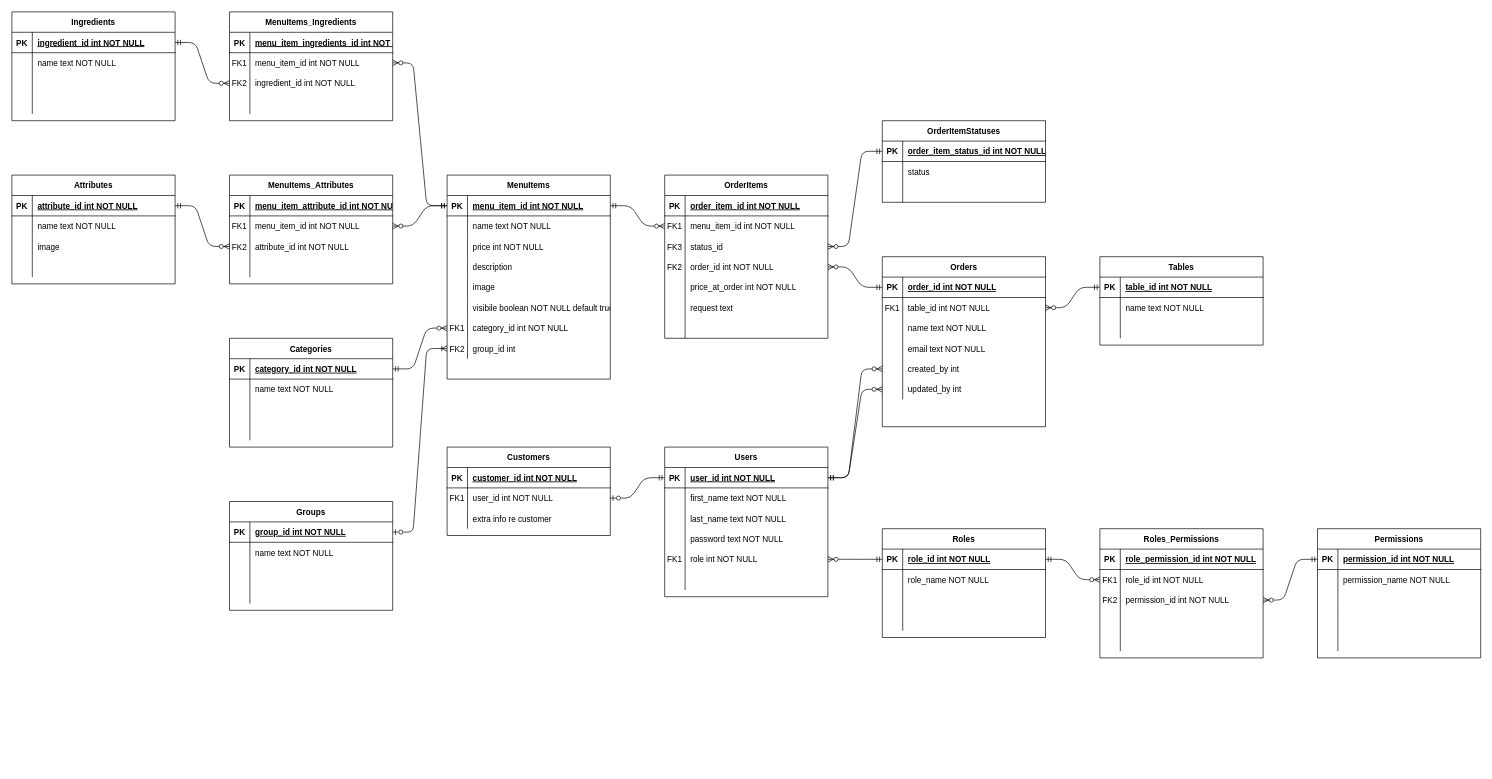
Before: entity_relationship_diagram/entity relationship diagram.drawio in korayleigh/t3a2-b-docs, a draw.io diagram. Source tidied: cells renumbered, new cells numbered last; positions are measured from the earlier drawing's top-left corner, leaving out a move shared by most shapes. Both pictures are drawn from the tidied source at 68%, with x=0, y=0 at pixel (12, 12).
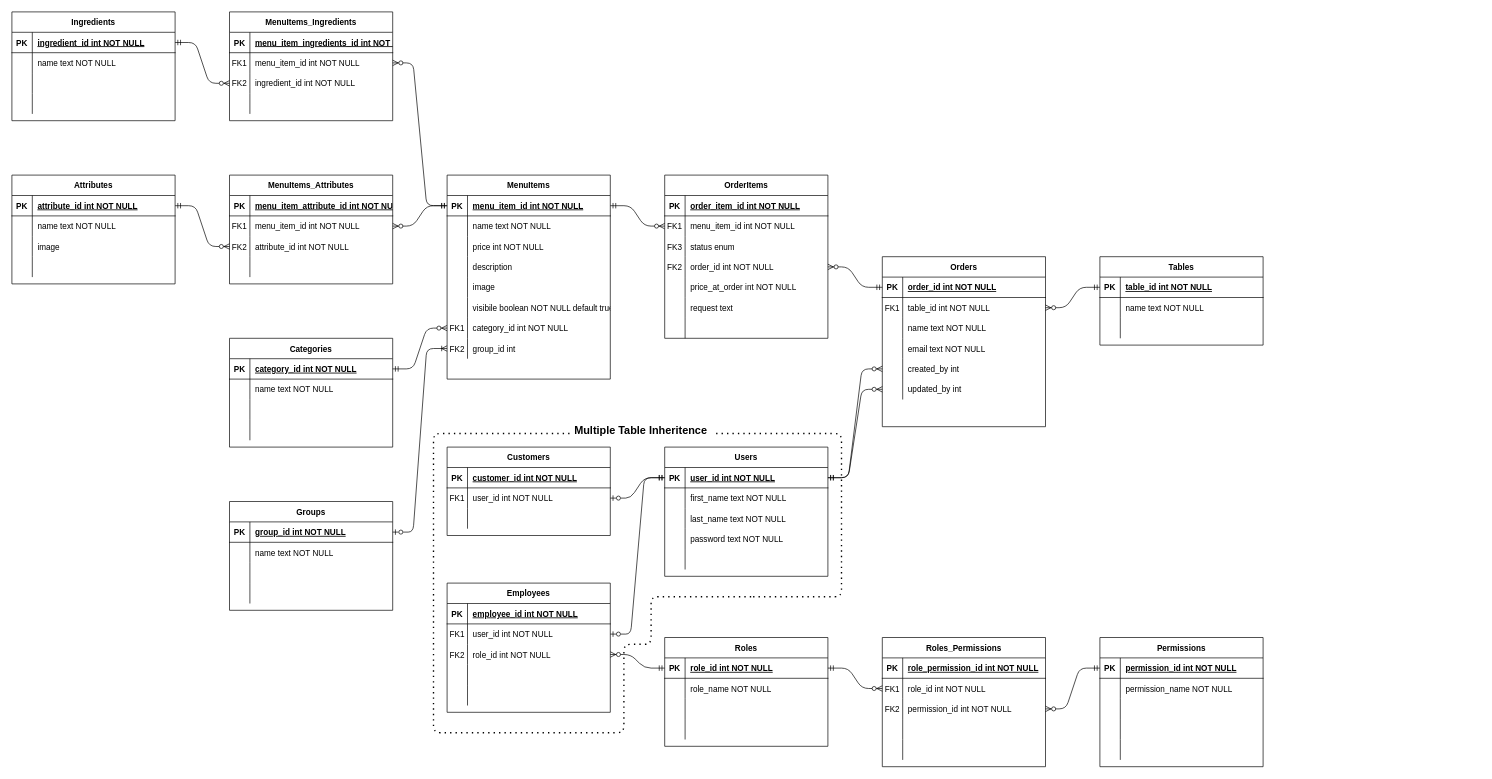
After the change.

Commit message:
add multiple table inheritence for Users

The change refers to these unchanged cells:
```xml
<mxCell id="47" style="shape=partialRectangle;fillColor=none;points=[[0,0.5],[1,0.5]];portConstraint=eastwest;top=0;left=0;right=0;bottom=1;" parent="46" vertex="1">
  <mxGeometry y="30" width="240" height="30" as="geometry" />
</mxCell>
<mxCell id="66" style="shape=partialRectangle;fillColor=none;points=[[0,0.5],[1,0.5]];portConstraint=eastwest;top=0;left=0;right=0;bottom=1;" parent="65" vertex="1">
  <mxGeometry y="30" width="240" height="30" as="geometry" />
</mxCell>
<mxCell id="86" style="shape=partialRectangle;fillColor=none;points=[[0,0.5],[1,0.5]];portConstraint=eastwest;top=0;left=0;right=0;bottom=0;" parent="79" vertex="1">
  <mxGeometry y="90" width="240" height="30" as="geometry" />
</mxCell>
<mxCell id="250" style="shape=partialRectangle;fillColor=none;top=0;left=0;right=0;bottom=0;" parent="243" vertex="1">
  <mxGeometry y="90" width="240" height="30" as="geometry" />
</mxCell>
```

Change to the diagram source:
```diff
@@
     <mxCell id="46" value="Users" style="shape=table;startSize=30;childLayout=tableLayout;rowLines=0;fontStyle=1;align=center;" parent="1" vertex="1">
-      <mxGeometry x="960" y="640" width="240" height="220" as="geometry" />
+      <mxGeometry x="960" y="640" width="240" height="190" as="geometry" />
     </mxCell>
@@
-    <mxCell id="59" style="shape=partialRectangle;fillColor=none;points=[[0,0.5],[1,0.5]];portConstraint=eastwest;top=0;left=0;right=0;bottom=0;" parent="46" vertex="1">
-      <mxGeometry y="150" width="240" height="30" as="geometry" />
-    </mxCell>
-    <mxCell id="60" value="FK1" style="shape=partialRectangle;overflow=hidden;fillColor=none;top=0;left=0;bottom=0;right=0;" parent="59" vertex="1">
-      <mxGeometry width="30" height="30" as="geometry" />
-    </mxCell>
-    <mxCell id="61" value="role int NOT NULL" style="shape=partialRectangle;overflow=hidden;fillColor=none;top=0;left=0;bottom=0;right=0;align=left;spacingLeft=6;" parent="59" vertex="1">
-      <mxGeometry x="30" width="210" height="30" as="geometry" />
-    </mxCell>
     <mxCell id="62" style="shape=partialRectangle;fillColor=none;top=0;left=0;right=0;bottom=0;" parent="46" vertex="1">
-      <mxGeometry y="180" width="240" height="30" as="geometry" />
+      <mxGeometry y="150" width="240" height="30" as="geometry" />
     </mxCell>
@@
     <mxCell id="65" value="Roles" style="shape=table;startSize=30;childLayout=tableLayout;rowLines=0;fontStyle=1;align=center;" parent="1" vertex="1">
-      <mxGeometry x="1280" y="760" width="240" height="160" as="geometry" />
+      <mxGeometry x="960" y="920" width="240" height="160" as="geometry" />
     </mxCell>
@@
-    <mxCell id="78" style="edgeStyle=entityRelationEdgeStyle;fontSize=12;html=1;endArrow=ERzeroToMany;startArrow=ERmandOne;rounded=1;exitX=0;exitY=0.5;exitDx=0;exitDy=0;" parent="1" edge="1" source="66" target="59">
+    <mxCell id="78" style="edgeStyle=entityRelationEdgeStyle;fontSize=12;html=1;endArrow=ERzeroToMany;startArrow=ERmandOne;rounded=1;exitX=0;exitY=0.5;exitDx=0;exitDy=0;entryX=1;entryY=0.5;entryDx=0;entryDy=0;" parent="1" edge="1" source="66" target="239">
       <mxGeometry relative="1" as="geometry" />
     </mxCell>
@@
-    <mxCell id="88" value="status_id" style="shape=partialRectangle;overflow=hidden;fillColor=none;top=0;left=0;bottom=0;right=0;align=left;spacingLeft=6;" parent="86" vertex="1">
+    <mxCell id="88" value="status enum" style="shape=partialRectangle;overflow=hidden;fillColor=none;top=0;left=0;bottom=0;right=0;align=left;spacingLeft=6;" parent="86" vertex="1">
       <mxGeometry x="30" width="210" height="30" as="geometry" />
     </mxCell>
@@
     <mxCell id="103" value="Permissions" style="shape=table;startSize=30;childLayout=tableLayout;rowLines=0;fontStyle=1;align=center;" parent="1" vertex="1">
-      <mxGeometry x="1920" y="760" width="240" height="190" as="geometry" />
+      <mxGeometry x="1600" y="920" width="240" height="190" as="geometry" />
     </mxCell>
@@
     <mxCell id="120" value="Roles_Permissions" style="shape=table;startSize=30;childLayout=tableLayout;rowLines=0;fontStyle=1;align=center;" parent="1" vertex="1">
-      <mxGeometry x="1600" y="760" width="240" height="190" as="geometry" />
+      <mxGeometry x="1280" y="920" width="240" height="190" as="geometry" />
     </mxCell>
@@
-    <mxCell id="232" value="OrderItemStatuses" style="shape=table;startSize=30;childLayout=tableLayout;rowLines=0;fontStyle=1;align=center;" parent="1" vertex="1">
-      <mxGeometry x="1280" y="160" width="240" height="120" as="geometry" />
-    </mxCell>
-    <mxCell id="233" style="shape=partialRectangle;fillColor=none;points=[[0,0.5],[1,0.5]];portConstraint=eastwest;top=0;left=0;right=0;bottom=1;" parent="232" vertex="1">
-      <mxGeometry y="30" width="240" height="30" as="geometry" />
-    </mxCell>
-    <mxCell id="234" value="PK" style="shape=partialRectangle;overflow=hidden;fillColor=none;top=0;left=0;bottom=0;right=0;fontStyle=1;" parent="233" vertex="1">
-      <mxGeometry width="30" height="30" as="geometry" />
-    </mxCell>
-    <mxCell id="235" value="order_item_status_id int NOT NULL " style="shape=partialRectangle;overflow=hidden;fillColor=none;top=0;left=0;bottom=0;right=0;align=left;spacingLeft=6;fontStyle=5;" parent="233" vertex="1">
-      <mxGeometry x="30" width="210" height="30" as="geometry" />
-    </mxCell>
-    <mxCell id="236" style="shape=partialRectangle;fillColor=none;points=[[0,0.5],[1,0.5]];portConstraint=eastwest;top=0;left=0;right=0;bottom=0;" parent="232" vertex="1">
-      <mxGeometry y="60" width="240" height="30" as="geometry" />
-    </mxCell>
-    <mxCell id="237" style="shape=partialRectangle;overflow=hidden;fillColor=none;top=0;left=0;bottom=0;right=0;" parent="236" vertex="1">
-      <mxGeometry width="30" height="30" as="geometry" />
-    </mxCell>
-    <mxCell id="238" value="status" style="shape=partialRectangle;overflow=hidden;fillColor=none;top=0;left=0;bottom=0;right=0;align=left;spacingLeft=6;" parent="236" vertex="1">
-      <mxGeometry x="30" width="210" height="30" as="geometry" />
-    </mxCell>
-    <mxCell id="239" style="shape=partialRectangle;fillColor=none;points=[[0,0.5],[1,0.5]];portConstraint=eastwest;top=0;left=0;right=0;bottom=0;" parent="232" vertex="1">
-      <mxGeometry y="90" width="240" height="30" as="geometry" />
-    </mxCell>
-    <mxCell id="240" style="shape=partialRectangle;overflow=hidden;fillColor=none;top=0;left=0;bottom=0;right=0;" parent="239" vertex="1">
-      <mxGeometry width="30" height="30" as="geometry" />
-    </mxCell>
-    <mxCell id="241" style="shape=partialRectangle;overflow=hidden;fillColor=none;top=0;left=0;bottom=0;right=0;align=left;spacingLeft=6;" parent="239" vertex="1">
-      <mxGeometry x="30" width="210" height="30" as="geometry" />
-    </mxCell>
-    <mxCell id="242" style="edgeStyle=entityRelationEdgeStyle;fontSize=12;html=1;endArrow=ERzeroToMany;startArrow=ERmandOne;rounded=1;exitX=0;exitY=0.5;exitDx=0;exitDy=0;entryX=1;entryY=0.5;entryDx=0;entryDy=0;" parent="1" edge="1" source="233" target="86">
-      <mxGeometry relative="1" as="geometry" />
-    </mxCell>
@@
-    <mxCell id="252" value="extra info re customer" style="shape=partialRectangle;overflow=hidden;fillColor=none;top=0;left=0;bottom=0;right=0;align=left;spacingLeft=6;" parent="250" vertex="1">
+    <mxCell id="252" style="shape=partialRectangle;overflow=hidden;fillColor=none;top=0;left=0;bottom=0;right=0;align=left;spacingLeft=6;" parent="250" vertex="1">
       <mxGeometry x="30" width="210" height="30" as="geometry" />
     </mxCell>
@@
+    <mxCell id="256" value="Employees" style="shape=table;startSize=30;childLayout=tableLayout;rowLines=0;fontStyle=1;align=center;" parent="1" vertex="1">
+      <mxGeometry x="640" y="840" width="240" height="190" as="geometry" />
+    </mxCell>
+    <mxCell id="233" style="shape=partialRectangle;fillColor=none;points=[[0,0.5],[1,0.5]];portConstraint=eastwest;top=0;left=0;right=0;bottom=1;" parent="256" vertex="1">
+      <mxGeometry y="30" width="240" height="30" as="geometry" />
+    </mxCell>
+    <mxCell id="234" value="PK" style="shape=partialRectangle;overflow=hidden;fillColor=none;top=0;left=0;bottom=0;right=0;fontStyle=1;" parent="233" vertex="1">
+      <mxGeometry width="30" height="30" as="geometry" />
+    </mxCell>
+    <mxCell id="257" value="employee_id int NOT NULL " style="shape=partialRectangle;overflow=hidden;fillColor=none;top=0;left=0;bottom=0;right=0;align=left;spacingLeft=6;fontStyle=5;" parent="233" vertex="1">
+      <mxGeometry x="30" width="210" height="30" as="geometry" />
+    </mxCell>
+    <mxCell id="236" style="shape=partialRectangle;fillColor=none;points=[[0,0.5],[1,0.5]];portConstraint=eastwest;top=0;left=0;right=0;bottom=0;" parent="256" vertex="1">
+      <mxGeometry y="60" width="240" height="30" as="geometry" />
+    </mxCell>
+    <mxCell id="60" value="FK1" style="shape=partialRectangle;overflow=hidden;fillColor=none;top=0;left=0;bottom=0;right=0;" parent="236" vertex="1">
+      <mxGeometry width="30" height="30" as="geometry" />
+    </mxCell>
+    <mxCell id="258" value="user_id int NOT NULL" style="shape=partialRectangle;overflow=hidden;fillColor=none;top=0;left=0;bottom=0;right=0;align=left;spacingLeft=6;" parent="236" vertex="1">
+      <mxGeometry x="30" width="210" height="30" as="geometry" />
+    </mxCell>
+    <mxCell id="239" style="shape=partialRectangle;fillColor=none;points=[[0,0.5],[1,0.5]];portConstraint=eastwest;top=0;left=0;right=0;bottom=0;" parent="256" vertex="1">
+      <mxGeometry y="90" width="240" height="30" as="geometry" />
+    </mxCell>
+    <mxCell id="259" value="FK2" style="shape=partialRectangle;overflow=hidden;fillColor=none;top=0;left=0;bottom=0;right=0;" parent="239" vertex="1">
+      <mxGeometry width="30" height="30" as="geometry" />
+    </mxCell>
+    <mxCell id="260" value="role_id int NOT NULL" style="shape=partialRectangle;overflow=hidden;fillColor=none;top=0;left=0;bottom=0;right=0;align=left;spacingLeft=6;" parent="239" vertex="1">
+      <mxGeometry x="30" width="210" height="30" as="geometry" />
+    </mxCell>
+    <mxCell id="261" style="shape=partialRectangle;fillColor=none;top=0;left=0;right=0;bottom=0;" parent="256" vertex="1">
+      <mxGeometry y="120" width="240" height="30" as="geometry" />
+    </mxCell>
+    <mxCell id="262" style="shape=partialRectangle;overflow=hidden;fillColor=none;top=0;left=0;bottom=0;right=0;" parent="261" vertex="1">
+      <mxGeometry width="30" height="30" as="geometry" />
+    </mxCell>
+    <mxCell id="263" style="shape=partialRectangle;overflow=hidden;fillColor=none;top=0;left=0;bottom=0;right=0;align=left;spacingLeft=6;" parent="261" vertex="1">
+      <mxGeometry x="30" width="210" height="30" as="geometry" />
+    </mxCell>
+    <mxCell id="59" style="shape=partialRectangle;fillColor=none;points=[[0,0.5],[1,0.5]];portConstraint=eastwest;top=0;left=0;right=0;bottom=0;" parent="256" vertex="1">
+      <mxGeometry y="150" width="240" height="30" as="geometry" />
+    </mxCell>
+    <mxCell id="264" style="shape=partialRectangle;overflow=hidden;fillColor=none;top=0;left=0;bottom=0;right=0;" parent="59" vertex="1">
+      <mxGeometry width="30" height="30" as="geometry" />
+    </mxCell>
+    <mxCell id="265" style="shape=partialRectangle;overflow=hidden;fillColor=none;top=0;left=0;bottom=0;right=0;align=left;spacingLeft=6;" parent="59" vertex="1">
+      <mxGeometry x="30" width="210" height="30" as="geometry" />
+    </mxCell>
+    <mxCell id="266" style="edgeStyle=entityRelationEdgeStyle;fontSize=12;html=1;endArrow=ERzeroToOne;startArrow=ERmandOne;rounded=1;entryX=1;entryY=0.5;entryDx=0;entryDy=0;endFill=0;exitX=0;exitY=0.5;exitDx=0;exitDy=0;" parent="1" edge="1" source="47" target="236">
+      <mxGeometry relative="1" as="geometry" />
+    </mxCell>
+    <mxCell id="267" style="endArrow=none;dashed=1;html=1;dashPattern=1 3;strokeWidth=2;rounded=1;edgeStyle=orthogonalEdgeStyle;startArrow=none;" parent="1" edge="1" source="268">
+      <mxGeometry relative="1" as="geometry">
+        <mxPoint x="1090" y="860" as="targetPoint" />
+        <Array as="points">
+          <mxPoint x="620" y="620" />
+          <mxPoint x="620" y="1060" />
+          <mxPoint x="900" y="1060" />
+          <mxPoint x="900" y="930" />
+          <mxPoint x="940" y="930" />
+          <mxPoint x="940" y="860" />
+        </Array>
+      </mxGeometry>
+    </mxCell>
+    <mxCell id="268" value="Multiple Table Inheritence" style="text;html=1;strokeColor=none;fillColor=none;align=center;verticalAlign=middle;whiteSpace=wrap;rounded=0;fontSize=16;fontStyle=1;fontColor=default;labelBackgroundColor=none;" parent="1" vertex="1">
+      <mxGeometry x="820" y="600" width="210" height="30" as="geometry" />
+    </mxCell>
+    <mxCell id="269" style="endArrow=none;dashed=1;html=1;dashPattern=1 3;strokeWidth=2;rounded=1;edgeStyle=orthogonalEdgeStyle;" parent="1" edge="1" target="268">
+      <mxGeometry relative="1" as="geometry">
+        <mxPoint x="1090" y="860" as="sourcePoint" />
+        <Array as="points">
+          <mxPoint x="1220" y="860" />
+          <mxPoint x="1220" y="620" />
+        </Array>
+      </mxGeometry>
+    </mxCell>
```
